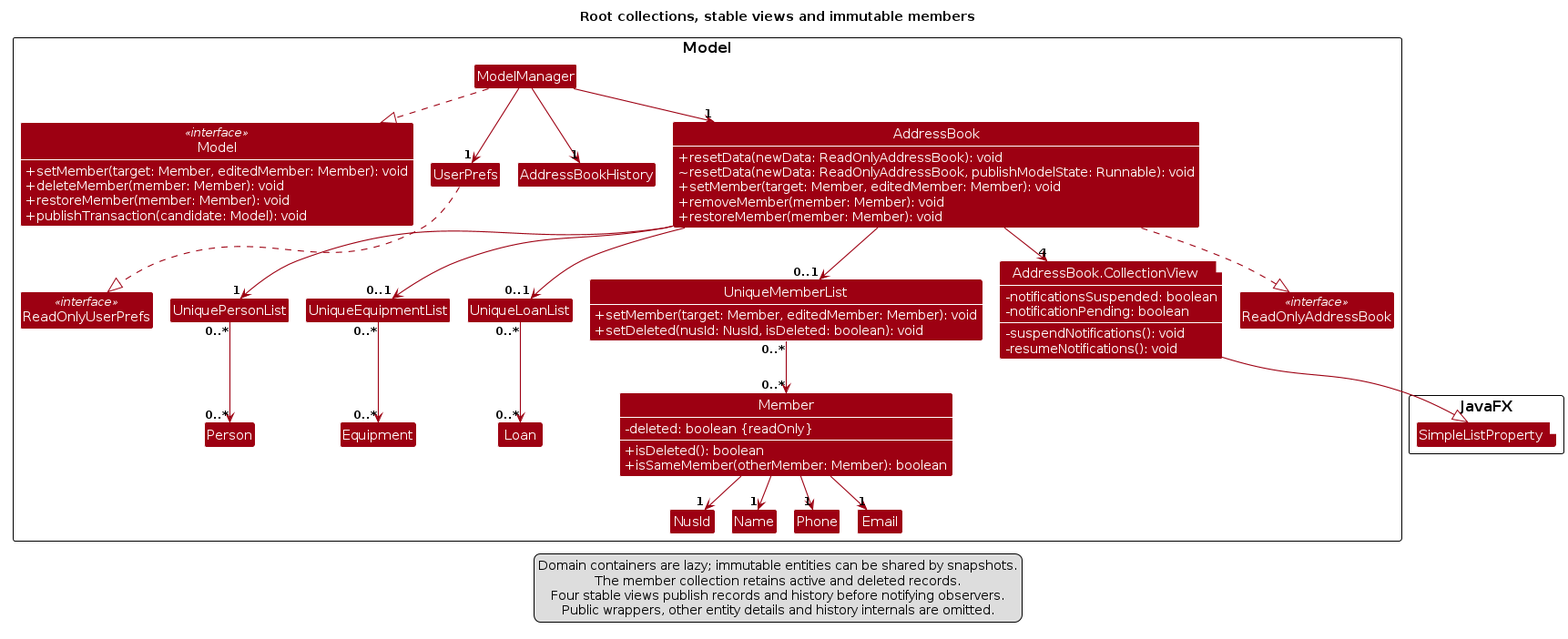
Before: diagrams/ModelClassDiagram.png, a diagram exported from PlantUML (AY2627S1-CS2103T-F15-2/tp). Its source is kept beside it as diagrams/ModelClassDiagram.puml.
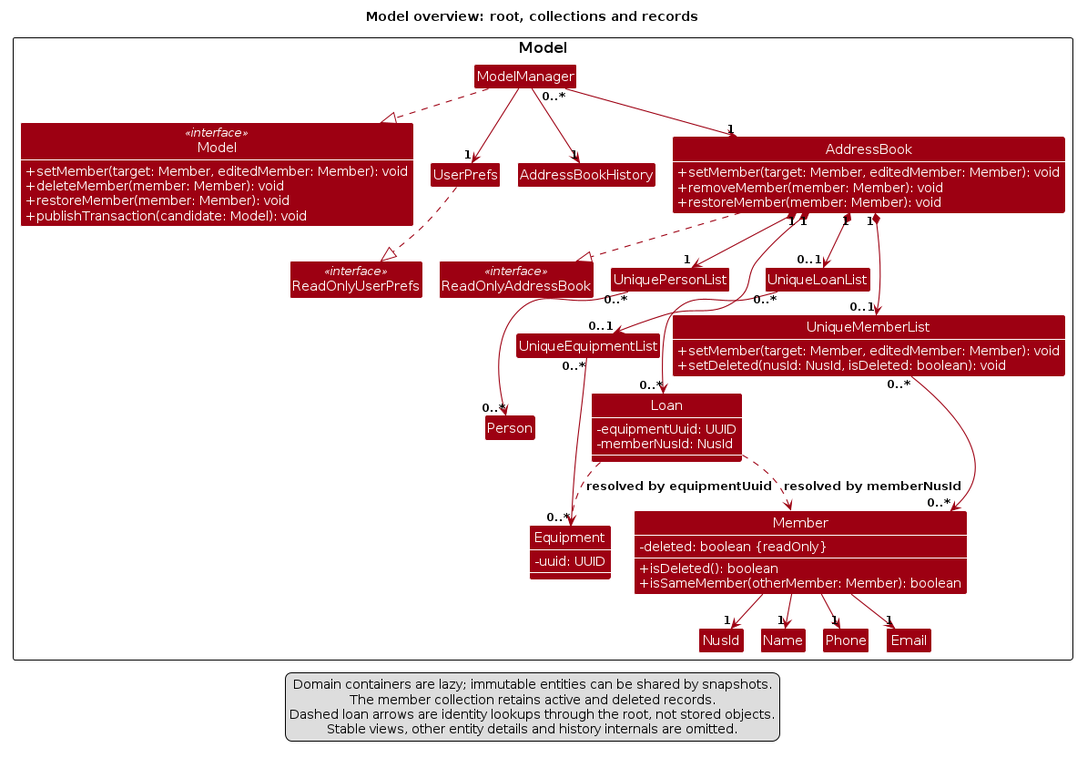
The same diagram one commit later.

Change to the diagram source:
```diff
@@ -8,7 +8,7 @@
 skinparam classBackgroundColor MODEL_COLOR
 hide empty members
 
-title Root collections, stable views and immutable members
+title Model overview: root, collections and records
 
 package Model as ModelPackage {
     class Model <<interface>> {
@@ -23,17 +23,9 @@
     class UserPrefs
     class AddressBookHistory
     class AddressBook {
-        +resetData(newData: ReadOnlyAddressBook): void
-        ~resetData(newData: ReadOnlyAddressBook, publishModelState: Runnable): void
         +setMember(target: Member, editedMember: Member): void
         +removeMember(member: Member): void
         +restoreMember(member: Member): void
-    }
-    class "AddressBook.CollectionView<E>" as CollectionView {
-        -notificationsSuspended: boolean
-        -notificationPending: boolean
-        -suspendNotifications(): void
-        -resumeNotifications(): void
     }
     class UniquePersonList
     class UniqueEquipmentList
@@ -43,8 +35,13 @@
         +setDeleted(nusId: NusId, isDeleted: boolean): void
     }
     class Person
-    class Equipment
-    class Loan
+    class Equipment {
+        -uuid: UUID
+    }
+    class Loan {
+        -equipmentUuid: UUID
+        -memberNusId: NusId
+    }
     class Member {
         -deleted: boolean {readOnly}
         +isDeleted(): boolean
@@ -55,31 +52,29 @@
     class Phone
     class Email
 }
-package "JavaFX" {
-    class "SimpleListProperty<E>" as SimpleListProperty
-}
 show Model methods
 show AddressBook methods
 show UniqueMemberList methods
 show Member members
-show CollectionView members
+show Equipment members
+show Loan members
 
 ModelManager ..|> Model
-ModelManager --> "1" AddressBook
+ModelManager "0..*" --> "1" AddressBook
 ModelManager --> "1" UserPrefs
 ModelManager --> "1" AddressBookHistory
 AddressBook ..|> ReadOnlyAddressBook
 UserPrefs ..|> ReadOnlyUserPrefs
-AddressBook --> "4" CollectionView
-CollectionView --|> SimpleListProperty
-AddressBook --> "1" UniquePersonList
-AddressBook --> "0..1" UniqueMemberList
-AddressBook --> "0..1" UniqueEquipmentList
-AddressBook --> "0..1" UniqueLoanList
+AddressBook "1" *--> "1" UniquePersonList
+AddressBook "1" *--> "0..1" UniqueMemberList
+AddressBook "1" *--> "0..1" UniqueEquipmentList
+AddressBook "1" *--> "0..1" UniqueLoanList
 UniquePersonList "0..*" --> "0..*" Person
 UniqueMemberList "0..*" --> "0..*" Member
 UniqueEquipmentList "0..*" --> "0..*" Equipment
 UniqueLoanList "0..*" --> "0..*" Loan
+Loan ..> Member : resolved by memberNusId
+Loan ..> Equipment : resolved by equipmentUuid
 Member --> "1" NusId
 Member --> "1" Name
 Member --> "1" Phone
@@ -88,7 +83,7 @@
 legend bottom
   Domain containers are lazy; immutable entities can be shared by snapshots.
   The member collection retains active and deleted records.
-  Four stable views publish records and history before notifying observers.
-  Public wrappers, other entity details and history internals are omitted.
+  Dashed loan arrows are identity lookups through the root, not stored objects.
+  Stable views, other entity details and history internals are omitted.
 endlegend
 @enduml
```
